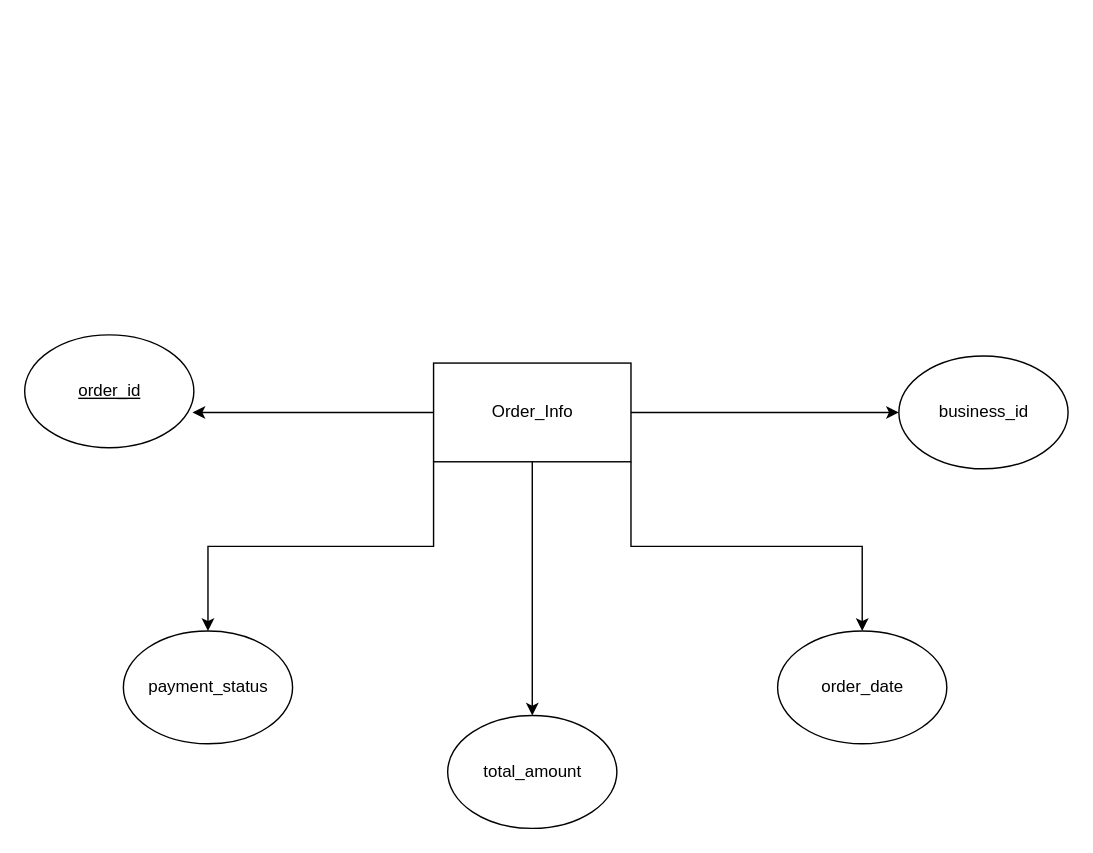
This is page "Order_Info" (2 of 5) of TakeHomeProject.drawio from mrkwapo/DatabaseDesignAndManagement, a draw.io file, before an edit. Source tidied: cells renumbered, new cells numbered last; positions are measured from the earlier drawing's top-left corner, leaving out a move shared by most shapes. Both pictures are drawn from the tidied source at 141%, with x=0, y=0 at pixel (24, 334).
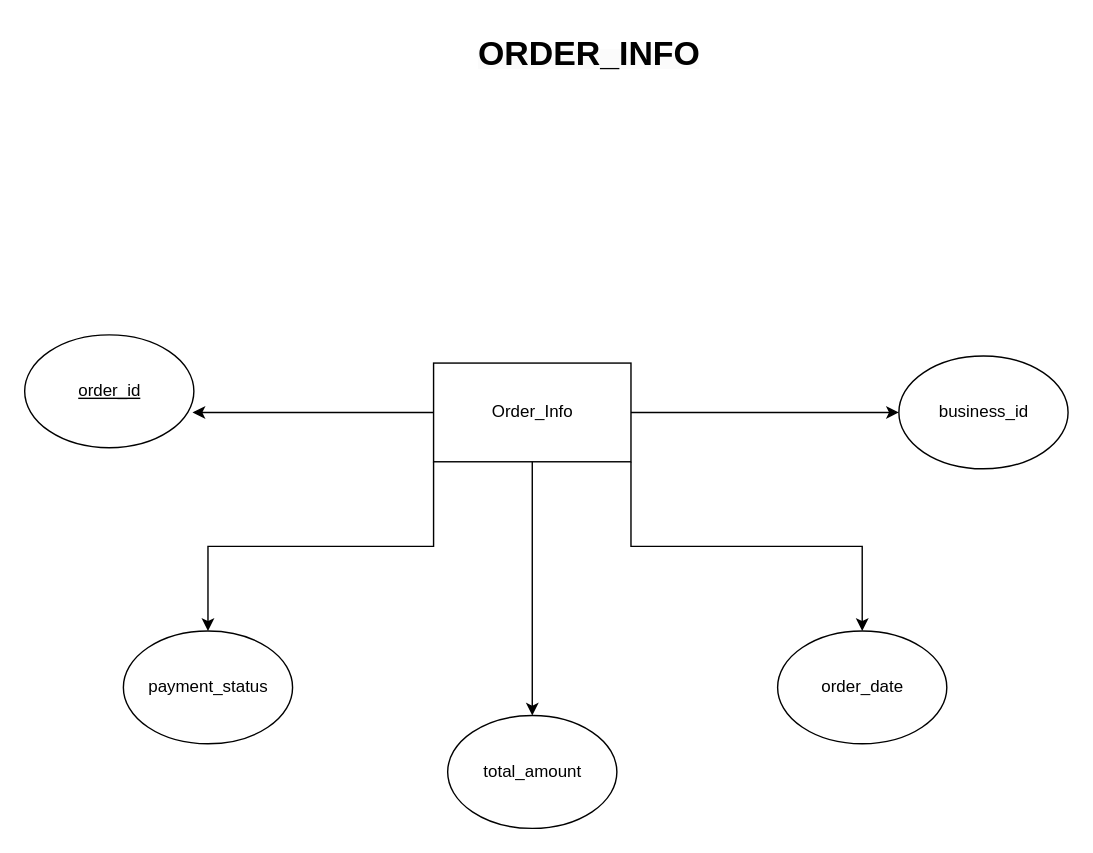
After the change.

What changed in the source:
```diff
@@
+    <mxCell id="25" value="&lt;b style=&quot;border-color: var(--border-color); color: rgb(0, 0, 0); font-family: Helvetica; font-size: 12px; font-style: normal; font-variant-ligatures: normal; font-variant-caps: normal; letter-spacing: normal; orphans: 2; text-align: center; text-indent: 0px; text-transform: none; widows: 2; word-spacing: 0px; -webkit-text-stroke-width: 0px; background-color: rgb(251, 251, 251); text-decoration-thickness: initial; text-decoration-style: initial; text-decoration-color: initial;&quot;&gt;&lt;font style=&quot;border-color: var(--border-color); font-size: 24px;&quot;&gt;ORDER_INFO&lt;/font&gt;&lt;/b&gt;" style="text;whiteSpace=wrap;html=1;" parent="1" vertex="1">
+      <mxGeometry x="320" y="-220" width="230" height="50" as="geometry" />
+    </mxCell>
```
